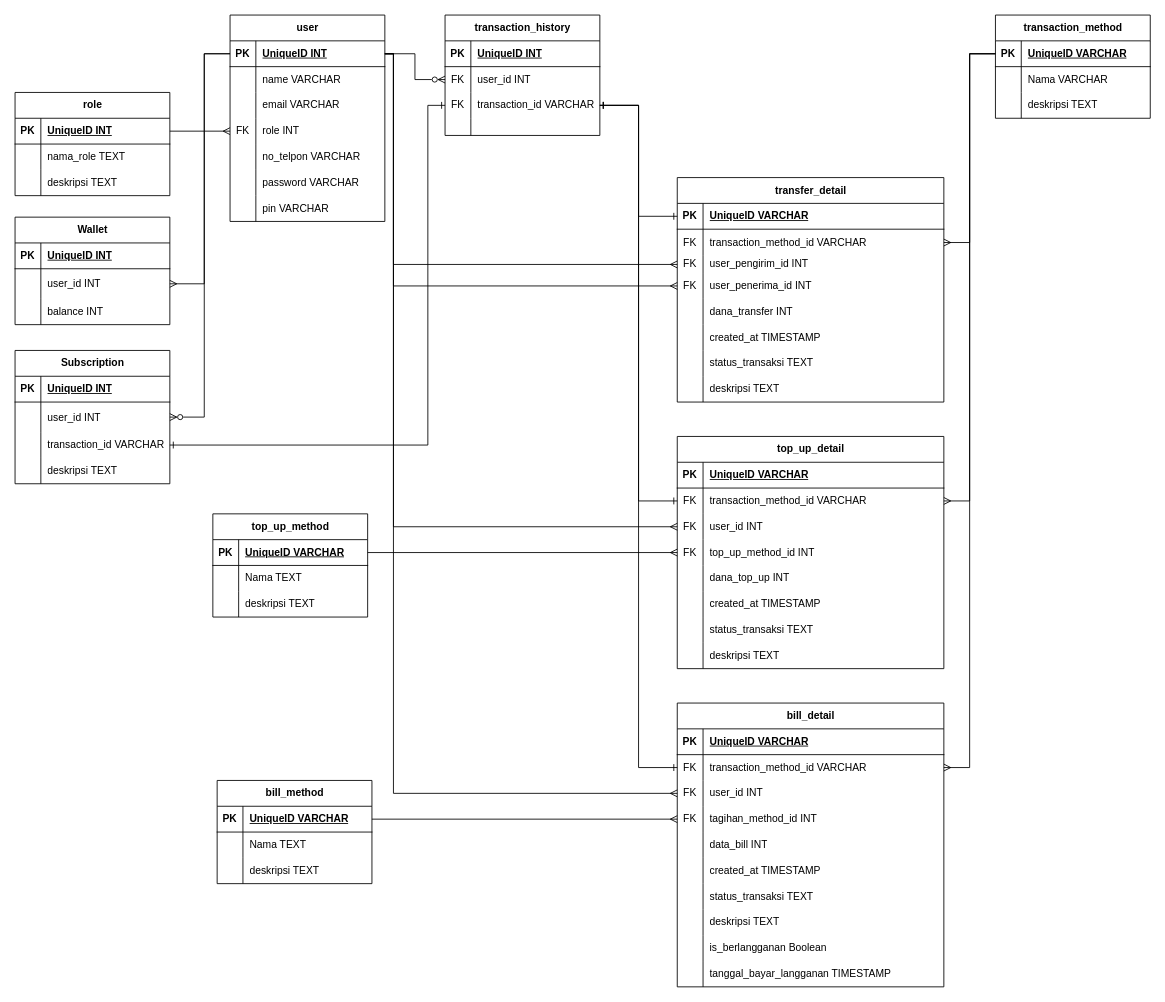
mufa2906/fazztrack-bca keeps this draw.io diagram as week-3/E-Wallet ERD.drawio. Above is the earlier version. Source tidied: cells renumbered, new cells numbered last; positions are measured from the earlier drawing's top-left corner, leaving out a move shared by most shapes. Both pictures are drawn from the tidied source at 86%, with x=0, y=0 at pixel (15, 15).
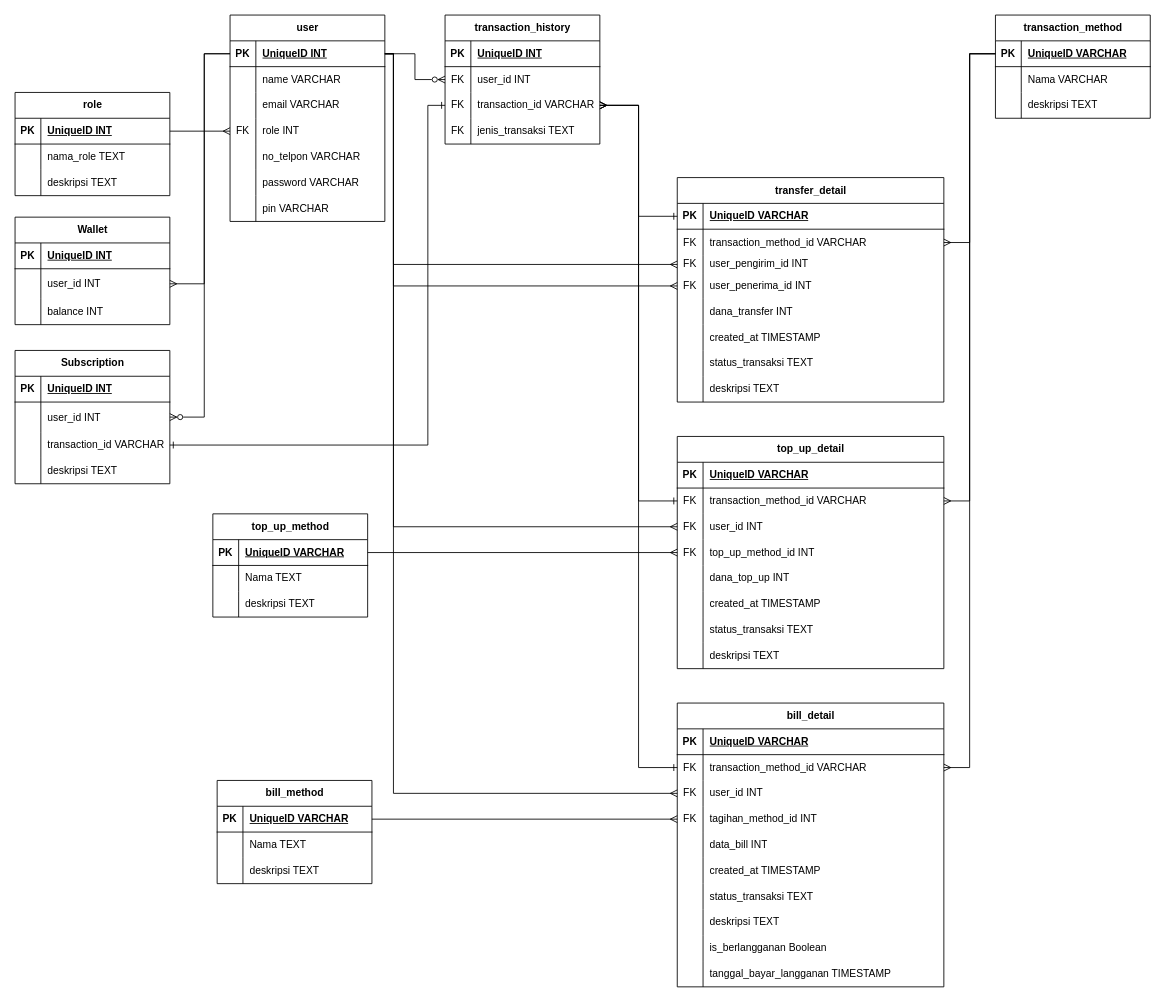
The same diagram, later.

Commit message:
menambahkan jenis transaksi ke tabel transaction_history

The change refers to these unchanged cells:
```xml
<mxCell id="41" style="shape=tableRow;horizontal=0;startSize=0;swimlaneHead=0;swimlaneBody=0;fillColor=none;points=[[0,0.5],[1,0.5]];portConstraint=eastwest;top=0;left=0;right=0;bottom=0;" parent="34" vertex="1">
  <mxGeometry y="90" width="180" height="30" as="geometry" />
</mxCell>
<mxCell id="60" style="shape=tableRow;horizontal=0;startSize=0;swimlaneHead=0;swimlaneBody=0;fillColor=none;points=[[0,0.5],[1,0.5]];portConstraint=eastwest;top=0;left=0;right=0;bottom=1;" parent="59" vertex="1">
  <mxGeometry y="30" width="310" height="30" as="geometry" />
</mxCell>
<mxCell id="89" style="shape=tableRow;horizontal=0;startSize=0;swimlaneHead=0;swimlaneBody=0;fillColor=none;points=[[0,0.5],[1,0.5]];portConstraint=eastwest;top=0;left=0;right=0;bottom=0;" parent="85" vertex="1">
  <mxGeometry y="60" width="310" height="30" as="geometry" />
</mxCell>
<mxCell id="142" style="shape=tableRow;horizontal=0;startSize=0;swimlaneHead=0;swimlaneBody=0;fillColor=none;points=[[0,0.5],[1,0.5]];portConstraint=eastwest;top=0;left=0;right=0;bottom=0;" parent="138" vertex="1">
  <mxGeometry y="60" width="310" height="30" as="geometry" />
</mxCell>
```

What changed in the source:
```diff
@@
     <mxCell id="34" value="transaction_history" style="shape=table;startSize=30;childLayout=tableLayout;rowLines=0;fontStyle=1;align=center;html=1;" parent="1" vertex="1">
-      <mxGeometry x="500" width="180" height="140" as="geometry" />
+      <mxGeometry x="500" width="180" height="150" as="geometry" />
     </mxCell>
@@
-    <mxCell id="44" style="shape=tableRow;horizontal=0;startSize=0;swimlaneHead=0;swimlaneBody=0;fillColor=none;top=0;left=0;right=0;bottom=0;" parent="34" vertex="1">
-      <mxGeometry y="120" width="180" height="20" as="geometry" />
-    </mxCell>
-    <mxCell id="45" style="shape=partialRectangle;fillColor=none;top=0;left=0;bottom=0;right=0;overflow=hidden;whiteSpace=wrap;html=1;" parent="44" vertex="1">
-      <mxGeometry width="30" height="20" as="geometry" />
-    </mxCell>
-    <mxCell id="46" style="shape=partialRectangle;fillColor=none;top=0;left=0;bottom=0;right=0;align=left;spacingLeft=6;overflow=hidden;whiteSpace=wrap;html=1;" parent="44" vertex="1">
-      <mxGeometry x="30" width="150" height="20" as="geometry" />
-    </mxCell>
+    <mxCell id="198" style="shape=tableRow;horizontal=0;startSize=0;swimlaneHead=0;swimlaneBody=0;fillColor=none;top=0;left=0;right=0;bottom=0;" parent="34" vertex="1">
+      <mxGeometry y="120" width="180" height="30" as="geometry" />
+    </mxCell>
+    <mxCell id="199" value="FK" style="shape=partialRectangle;fillColor=none;top=0;left=0;bottom=0;right=0;overflow=hidden;whiteSpace=wrap;html=1;" parent="198" vertex="1">
+      <mxGeometry width="30" height="30" as="geometry" />
+    </mxCell>
+    <mxCell id="200" value="jenis_transaksi TEXT" style="shape=partialRectangle;fillColor=none;top=0;left=0;bottom=0;right=0;align=left;spacingLeft=6;overflow=hidden;whiteSpace=wrap;html=1;" parent="198" vertex="1">
+      <mxGeometry x="30" width="150" height="30" as="geometry" />
+    </mxCell>
@@
-    <mxCell id="111" style="edgeStyle=orthogonalEdgeStyle;rounded=0;jettySize=auto;html=1;exitX=1;exitY=0.5;exitDx=0;exitDy=0;entryX=0;entryY=0.5;entryDx=0;entryDy=0;endArrow=ERone;endFill=0;startArrow=ERone;startFill=0;" parent="1" edge="1" source="41" target="60">
+    <mxCell id="111" style="edgeStyle=orthogonalEdgeStyle;rounded=0;jettySize=auto;html=1;exitX=1;exitY=0.5;exitDx=0;exitDy=0;entryX=0;entryY=0.5;entryDx=0;entryDy=0;endArrow=ERone;endFill=0;startArrow=ERmany;startFill=0;" parent="1" edge="1" source="41" target="60">
       <mxGeometry relative="1" as="geometry" />
     </mxCell>
-    <mxCell id="112" style="edgeStyle=orthogonalEdgeStyle;rounded=0;jettySize=auto;html=1;exitX=1;exitY=0.5;exitDx=0;exitDy=0;entryX=0;entryY=0.5;entryDx=0;entryDy=0;endArrow=ERone;endFill=0;startArrow=ERone;startFill=0;" parent="1" edge="1" source="41" target="89">
+    <mxCell id="112" style="edgeStyle=orthogonalEdgeStyle;rounded=0;jettySize=auto;html=1;exitX=1;exitY=0.5;exitDx=0;exitDy=0;entryX=0;entryY=0.5;entryDx=0;entryDy=0;endArrow=ERone;endFill=0;startArrow=ERmany;startFill=0;" parent="1" edge="1" source="41" target="89">
       <mxGeometry relative="1" as="geometry" />
     </mxCell>
@@
-    <mxCell id="170" style="edgeStyle=orthogonalEdgeStyle;rounded=0;jettySize=auto;html=1;exitX=1;exitY=0.5;exitDx=0;exitDy=0;entryX=0;entryY=0.5;entryDx=0;entryDy=0;endArrow=ERone;endFill=0;startArrow=ERone;startFill=0;" parent="1" edge="1" source="41" target="142">
-      <mxGeometry relative="1" as="geometry" />
+    <mxCell id="170" style="edgeStyle=orthogonalEdgeStyle;rounded=0;jettySize=auto;html=1;exitX=1;exitY=0.5;exitDx=0;exitDy=0;entryX=0;entryY=0.5;entryDx=0;entryDy=0;endArrow=ERone;endFill=0;startArrow=ERmany;startFill=0;" parent="1" edge="1" source="41" target="142">
+      <mxGeometry relative="1" as="geometry">
+        <Array as="points">
+          <mxPoint x="725" y="105" />
+          <mxPoint x="725" y="875" />
+        </Array>
+      </mxGeometry>
     </mxCell>
```
